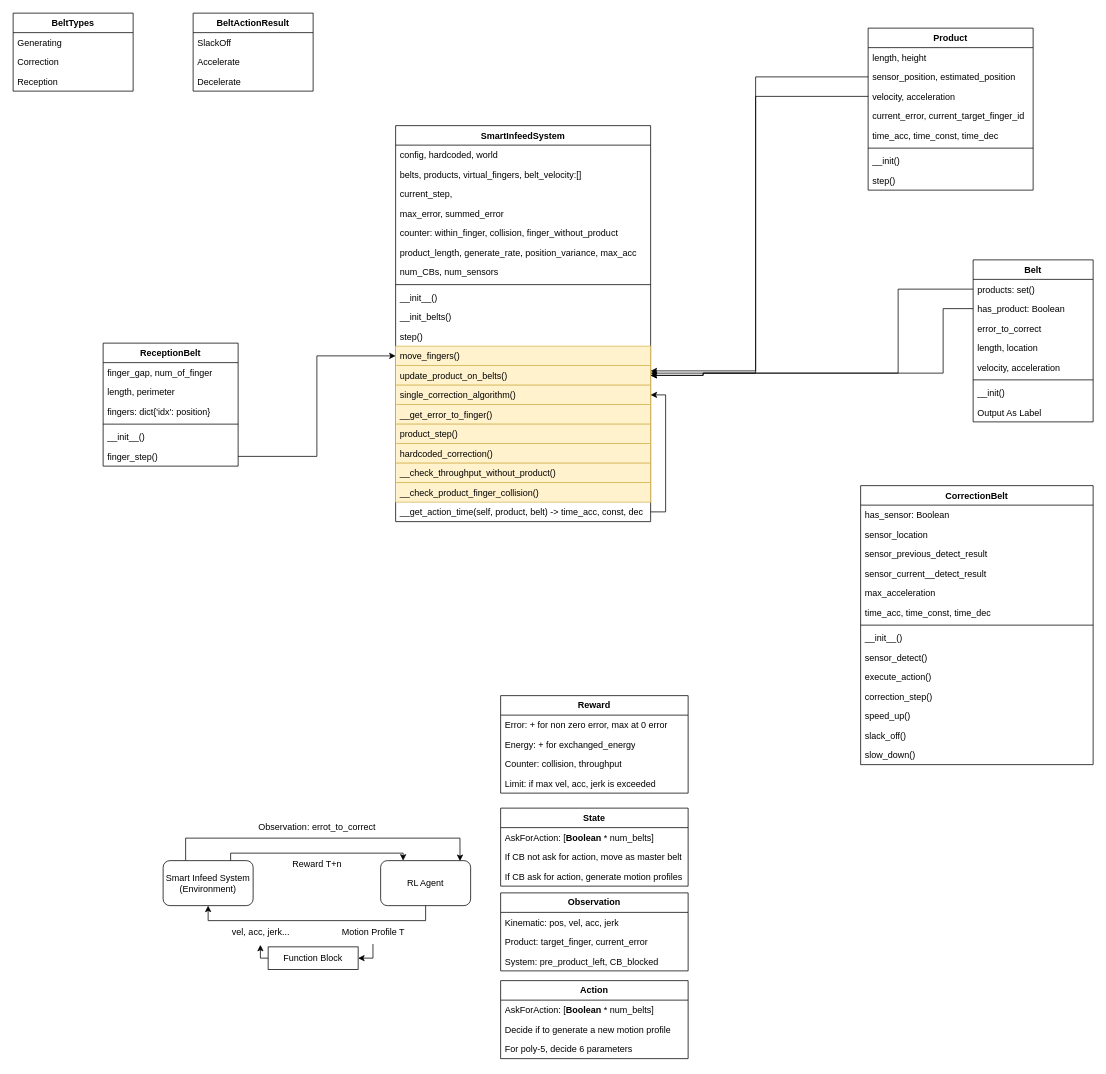
Earlier version of the draw.io diagram SmartInfeedSystem.drawio (RiemannLee19/UMLs). Source tidied: cells renumbered, new cells numbered last; positions are measured from the earlier drawing's top-left corner, leaving out a move shared by most shapes. Both pictures are drawn from the tidied source at 75%, with x=0, y=0 at pixel (13, 13).
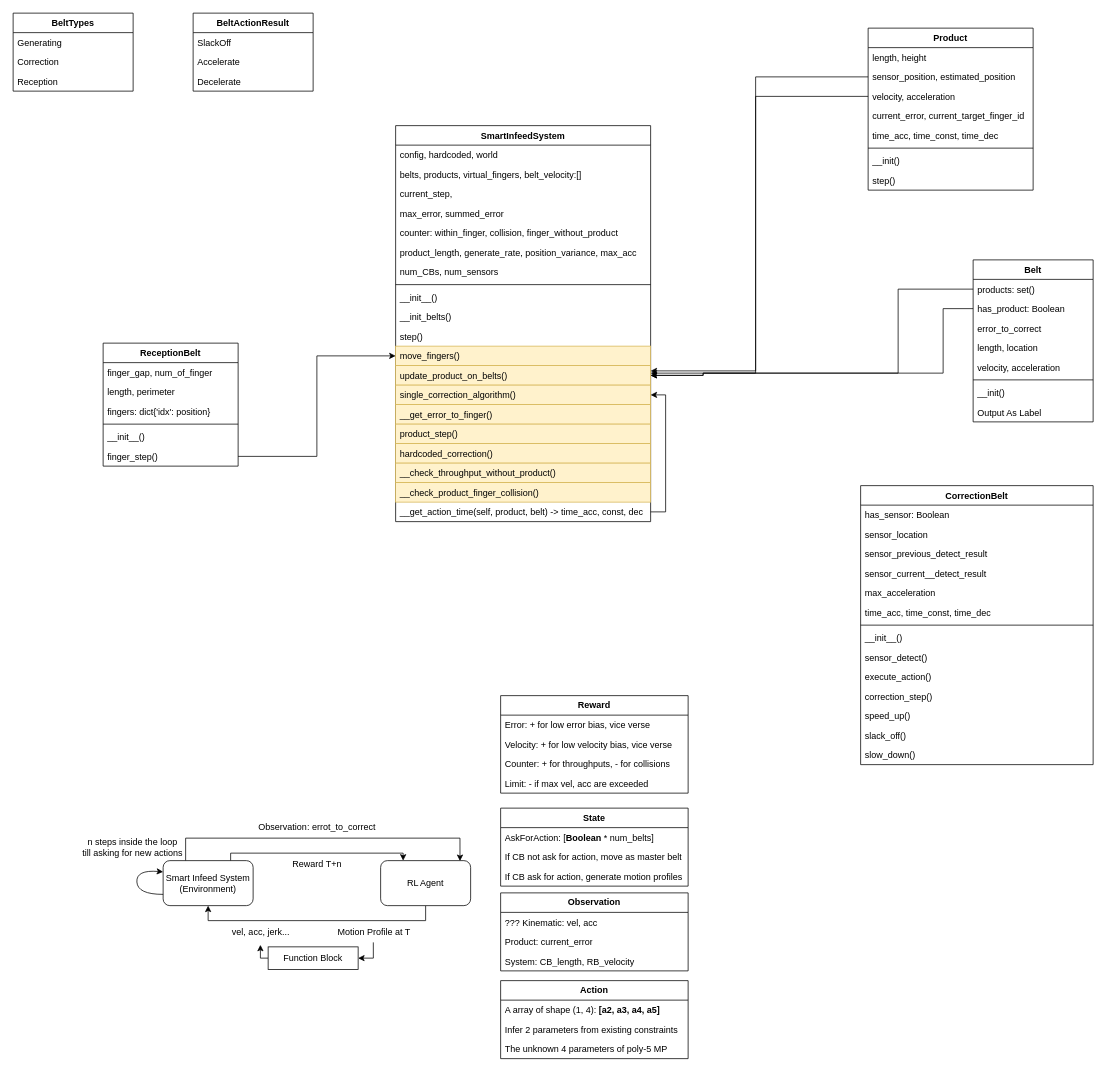
Above is the later version.

Unchanged cells that the change refers to:
```xml
<mxCell id="81" value="Smart Infeed System&lt;br&gt;(Environment)" style="rounded=1;whiteSpace=wrap;html=1;" parent="1" vertex="1">
  <mxGeometry x="200" y="1130" width="120" height="60" as="geometry" />
</mxCell>
<mxCell id="86" value="&lt;b&gt;Observation&lt;/b&gt;" style="swimlane;fontStyle=0;horizontal=1;startSize=26;fillColor=none;whiteSpace=wrap;html=1;" parent="1" vertex="1">
  <mxGeometry x="650" y="1173" width="250" height="104" as="geometry" />
</mxCell>
<mxCell id="90" value="&lt;b&gt;Reward&lt;/b&gt;" style="swimlane;fontStyle=0;horizontal=1;startSize=26;fillColor=none;whiteSpace=wrap;html=1;" parent="1" vertex="1">
  <mxGeometry x="650" y="910" width="250" height="130" as="geometry" />
</mxCell>
<mxCell id="100" value="&lt;b&gt;Action&lt;/b&gt;" style="swimlane;fontStyle=0;horizontal=1;startSize=26;fillColor=none;whiteSpace=wrap;html=1;swimlaneFillColor=default;" parent="1" vertex="1">
  <mxGeometry x="650" y="1290" width="250" height="104" as="geometry" />
</mxCell>
```

Diff of the diagram source:
```diff
@@
-    <mxCell id="84" value="Motion Profile T" style="text;html=1;align=center;verticalAlign=middle;points=[];strokeColor=none;fillColor=none;" parent="1" vertex="1">
-      <mxGeometry x="425" y="1210" width="110" height="30" as="geometry" />
+    <mxCell id="84" value="Motion Profile at T" style="text;html=1;align=center;verticalAlign=middle;points=[];strokeColor=none;fillColor=none;" parent="1" vertex="1">
+      <mxGeometry x="423" y="1212" width="115" height="26" as="geometry" />
     </mxCell>
@@
-    <mxCell id="87" value="Kinematic: pos, vel, acc, jerk" style="text;strokeColor=none;fillColor=none;align=left;verticalAlign=top;spacingLeft=4;spacingRight=4;overflow=hidden;whiteSpace=wrap;html=1;" parent="86" vertex="1">
+    <mxCell id="87" value="??? Kinematic: vel, acc" style="text;strokeColor=none;fillColor=none;align=left;verticalAlign=top;spacingLeft=4;spacingRight=4;overflow=hidden;whiteSpace=wrap;html=1;" parent="86" vertex="1">
       <mxGeometry y="26" width="250" height="26" as="geometry" />
     </mxCell>
-    <mxCell id="88" value="Product: target_finger, current_error" style="text;strokeColor=none;fillColor=none;align=left;verticalAlign=top;spacingLeft=4;spacingRight=4;overflow=hidden;whiteSpace=wrap;html=1;" parent="86" vertex="1">
+    <mxCell id="88" value="Product: current_error" style="text;strokeColor=none;fillColor=none;align=left;verticalAlign=top;spacingLeft=4;spacingRight=4;overflow=hidden;whiteSpace=wrap;html=1;" parent="86" vertex="1">
       <mxGeometry y="52" width="250" height="26" as="geometry" />
     </mxCell>
-    <mxCell id="89" value="System: pre_product_left, CB_blocked" style="text;strokeColor=none;fillColor=none;align=left;verticalAlign=top;spacingLeft=4;spacingRight=4;overflow=hidden;whiteSpace=wrap;html=1;" parent="86" vertex="1">
+    <mxCell id="89" value="System: CB_length, RB_velocity" style="text;strokeColor=none;fillColor=none;align=left;verticalAlign=top;spacingLeft=4;spacingRight=4;overflow=hidden;whiteSpace=wrap;html=1;" parent="86" vertex="1">
       <mxGeometry y="78" width="250" height="26" as="geometry" />
     </mxCell>
@@
-    <mxCell id="91" value="Error: + for non zero error, max at 0 error" style="text;strokeColor=none;fillColor=none;align=left;verticalAlign=top;spacingLeft=4;spacingRight=4;overflow=hidden;whiteSpace=wrap;html=1;" parent="90" vertex="1">
+    <mxCell id="91" value="Error: + for low error bias, vice verse" style="text;strokeColor=none;fillColor=none;align=left;verticalAlign=top;spacingLeft=4;spacingRight=4;overflow=hidden;whiteSpace=wrap;html=1;" parent="90" vertex="1">
       <mxGeometry y="26" width="250" height="26" as="geometry" />
     </mxCell>
-    <mxCell id="92" value="Energy: + for exchanged_energy" style="text;strokeColor=none;fillColor=none;align=left;verticalAlign=top;spacingLeft=4;spacingRight=4;overflow=hidden;whiteSpace=wrap;html=1;" parent="90" vertex="1">
+    <mxCell id="92" value="Velocity: + for low velocity bias, vice verse" style="text;strokeColor=none;fillColor=none;align=left;verticalAlign=top;spacingLeft=4;spacingRight=4;overflow=hidden;whiteSpace=wrap;html=1;" parent="90" vertex="1">
       <mxGeometry y="52" width="250" height="26" as="geometry" />
     </mxCell>
-    <mxCell id="93" value="Counter: collision, throughput" style="text;strokeColor=none;fillColor=none;align=left;verticalAlign=top;spacingLeft=4;spacingRight=4;overflow=hidden;whiteSpace=wrap;html=1;" parent="90" vertex="1">
+    <mxCell id="93" value="Counter: + for throughputs, - for collisions" style="text;strokeColor=none;fillColor=none;align=left;verticalAlign=top;spacingLeft=4;spacingRight=4;overflow=hidden;whiteSpace=wrap;html=1;" parent="90" vertex="1">
       <mxGeometry y="78" width="250" height="26" as="geometry" />
     </mxCell>
-    <mxCell id="94" value="Limit: if max vel, acc, jerk is exceeded" style="text;strokeColor=none;fillColor=none;align=left;verticalAlign=top;spacingLeft=4;spacingRight=4;overflow=hidden;whiteSpace=wrap;html=1;" parent="90" vertex="1">
+    <mxCell id="94" value="Limit: - if max vel, acc are exceeded" style="text;strokeColor=none;fillColor=none;align=left;verticalAlign=top;spacingLeft=4;spacingRight=4;overflow=hidden;whiteSpace=wrap;html=1;" parent="90" vertex="1">
       <mxGeometry y="104" width="250" height="26" as="geometry" />
     </mxCell>
@@
-    <mxCell id="101" value="AskForAction: [&lt;b&gt;Boolean &lt;/b&gt;* num_belts]" style="text;strokeColor=none;fillColor=none;align=left;verticalAlign=top;spacingLeft=4;spacingRight=4;overflow=hidden;whiteSpace=wrap;html=1;" parent="100" vertex="1">
+    <mxCell id="101" value="A array of shape (1, 4): &lt;b&gt;[a2, a3, a4, a5]&lt;/b&gt;" style="text;strokeColor=none;fillColor=none;align=left;verticalAlign=top;spacingLeft=4;spacingRight=4;overflow=hidden;whiteSpace=wrap;html=1;" parent="100" vertex="1">
       <mxGeometry y="26" width="250" height="26" as="geometry" />
     </mxCell>
+    <mxCell id="103" value="Infer 2 parameters from existing constraints" style="text;strokeColor=none;fillColor=none;align=left;verticalAlign=top;spacingLeft=4;spacingRight=4;overflow=hidden;whiteSpace=wrap;html=1;" parent="100" vertex="1">
+      <mxGeometry y="52" width="250" height="26" as="geometry" />
+    </mxCell>
-    <mxCell id="102" value="Decide if to generate a new motion profile" style="text;strokeColor=none;fillColor=none;align=left;verticalAlign=top;spacingLeft=4;spacingRight=4;overflow=hidden;whiteSpace=wrap;html=1;" parent="100" vertex="1">
-      <mxGeometry y="52" width="250" height="26" as="geometry" />
+    <mxCell id="102" value="The unknown 4 parameters of poly-5 MP" style="text;strokeColor=none;fillColor=none;align=left;verticalAlign=top;spacingLeft=4;spacingRight=4;overflow=hidden;whiteSpace=wrap;html=1;" parent="100" vertex="1">
+      <mxGeometry y="78" width="250" height="26" as="geometry" />
     </mxCell>
-    <mxCell id="103" value="For poly-5, decide 6 parameters" style="text;strokeColor=none;fillColor=none;align=left;verticalAlign=top;spacingLeft=4;spacingRight=4;overflow=hidden;whiteSpace=wrap;html=1;" parent="100" vertex="1">
-      <mxGeometry y="78" width="250" height="26" as="geometry" />
-    </mxCell>
@@
+    <mxCell id="106" style="curved=1;endArrow=classic;html=1;rounded=0;exitX=0;exitY=0.75;exitDx=0;exitDy=0;entryX=0;entryY=0.25;entryDx=0;entryDy=0;" parent="1" edge="1" source="81" target="81">
+      <mxGeometry relative="1" as="geometry">
+        <Array as="points">
+          <mxPoint x="166" y="1175" />
+          <mxPoint x="164" y="1142" />
+        </Array>
+      </mxGeometry>
+    </mxCell>
+    <mxCell id="107" value="n steps inside the loop&lt;br&gt;till asking for new actions" style="text;html=1;align=center;verticalAlign=middle;strokeColor=none;fillColor=none;" parent="1" vertex="1">
+      <mxGeometry x="83" y="1091.5" width="151" height="41" as="geometry" />
+    </mxCell>
```
